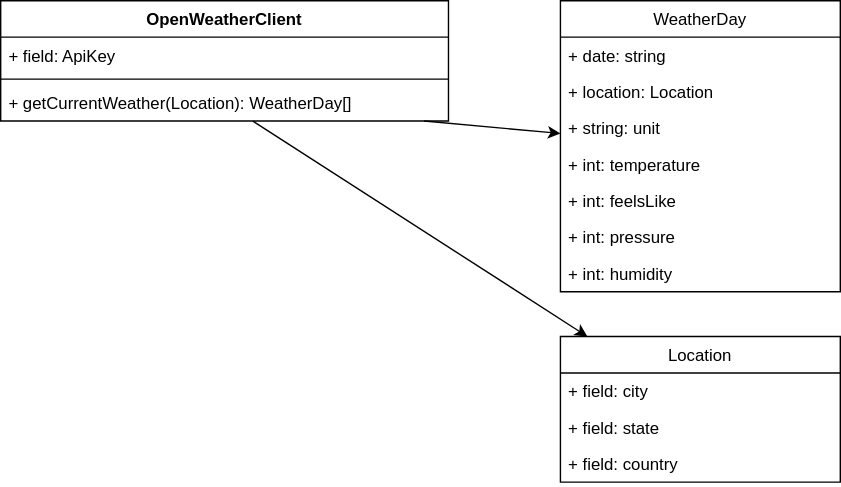
Above: assets/Package-Diagram.svg in annshress/my-package (draw.io), before the change. Source tidied: cells renumbered, new cells last; positions are measured from the earlier drawing's top-left corner, leaving out a move shared by most shapes. Its diagram source:
```xml
<mxGraphModel>
  <root>
    <mxCell id="0" />
    <mxCell id="1" parent="0" />
    <mxCell id="2" value="OpenWeatherClient" style="swimlane;fontStyle=1;align=center;verticalAlign=top;horizontal=1;startSize=26;" parent="1" vertex="1">
      <mxGeometry width="320" height="86" as="geometry" />
    </mxCell>
    <mxCell id="3" value="+ field: ApiKey" style="text;strokeColor=none;fillColor=none;align=left;verticalAlign=top;spacingLeft=4;spacingRight=4;overflow=hidden;" parent="2" vertex="1">
      <mxGeometry y="26" width="320" height="26" as="geometry" />
    </mxCell>
    <mxCell id="4" style="line;strokeWidth=1;fillColor=none;align=left;verticalAlign=middle;spacingTop=-1;spacingLeft=3;spacingRight=3;labelPosition=right;" parent="2" vertex="1">
      <mxGeometry y="52" width="320" height="8" as="geometry" />
    </mxCell>
    <mxCell id="5" value="+ getCurrentWeather(Location): WeatherDay[]" style="text;strokeColor=none;fillColor=none;align=left;verticalAlign=top;spacingLeft=4;spacingRight=4;overflow=hidden;points=[[0,0.5],[1,0.5]];portConstraint=eastwest;" parent="2" vertex="1">
      <mxGeometry y="60" width="320" height="26" as="geometry" />
    </mxCell>
    <mxCell id="6" value="WeatherDay" style="swimlane;fontStyle=0;horizontal=1;startSize=26;fillColor=none;" parent="1" vertex="1">
      <mxGeometry x="400" width="200" height="208" as="geometry" />
    </mxCell>
    <mxCell id="7" value="+ date: string" style="text;strokeColor=none;fillColor=none;align=left;verticalAlign=top;spacingLeft=4;spacingRight=4;overflow=hidden;" parent="6" vertex="1">
      <mxGeometry y="26" width="200" height="26" as="geometry" />
    </mxCell>
    <mxCell id="8" value="+ location: Location" style="text;strokeColor=none;fillColor=none;align=left;verticalAlign=top;spacingLeft=4;spacingRight=4;overflow=hidden;" parent="6" vertex="1">
      <mxGeometry y="52" width="200" height="26" as="geometry" />
    </mxCell>
    <mxCell id="9" value="+ string: unit" style="text;strokeColor=none;fillColor=none;align=left;verticalAlign=top;spacingLeft=4;spacingRight=4;overflow=hidden;" parent="6" vertex="1">
      <mxGeometry y="78" width="200" height="26" as="geometry" />
    </mxCell>
    <mxCell id="10" value="+ int: temperature" style="text;strokeColor=none;fillColor=none;align=left;verticalAlign=top;spacingLeft=4;spacingRight=4;overflow=hidden;" parent="6" vertex="1">
      <mxGeometry y="104" width="200" height="26" as="geometry" />
    </mxCell>
    <mxCell id="11" value="+ int: feelsLike" style="text;strokeColor=none;fillColor=none;align=left;verticalAlign=top;spacingLeft=4;spacingRight=4;overflow=hidden;" parent="6" vertex="1">
      <mxGeometry y="130" width="200" height="26" as="geometry" />
    </mxCell>
    <mxCell id="12" value="+ int: pressure&#10;" style="text;strokeColor=none;fillColor=none;align=left;verticalAlign=top;spacingLeft=4;spacingRight=4;overflow=hidden;" parent="6" vertex="1">
      <mxGeometry y="156" width="200" height="26" as="geometry" />
    </mxCell>
    <mxCell id="13" value="+ int: humidity&#10;" style="text;strokeColor=none;fillColor=none;align=left;verticalAlign=top;spacingLeft=4;spacingRight=4;overflow=hidden;" parent="6" vertex="1">
      <mxGeometry y="182" width="200" height="26" as="geometry" />
    </mxCell>
    <mxCell id="14" value="Location" style="swimlane;fontStyle=0;horizontal=1;startSize=26;fillColor=none;" parent="1" vertex="1">
      <mxGeometry x="400" y="240" width="200" height="104" as="geometry" />
    </mxCell>
    <mxCell id="15" value="+ field: city" style="text;strokeColor=none;fillColor=none;align=left;verticalAlign=top;spacingLeft=4;spacingRight=4;overflow=hidden;" parent="14" vertex="1">
      <mxGeometry y="26" width="200" height="26" as="geometry" />
    </mxCell>
    <mxCell id="16" value="+ field: state" style="text;strokeColor=none;fillColor=none;align=left;verticalAlign=top;spacingLeft=4;spacingRight=4;overflow=hidden;" parent="14" vertex="1">
      <mxGeometry y="52" width="200" height="26" as="geometry" />
    </mxCell>
    <mxCell id="17" value="+ field: country&#10;" style="text;strokeColor=none;fillColor=none;align=left;verticalAlign=top;spacingLeft=4;spacingRight=4;overflow=hidden;" parent="14" vertex="1">
      <mxGeometry y="78" width="200" height="26" as="geometry" />
    </mxCell>
    <mxCell id="18" style="edgeStyle=none;html=1;" parent="1" edge="1" source="5" target="6">
      <mxGeometry relative="1" as="geometry" />
    </mxCell>
    <mxCell id="19" style="edgeStyle=none;html=1;" parent="1" edge="1" source="5" target="14">
      <mxGeometry relative="1" as="geometry" />
    </mxCell>
  </root>
</mxGraphModel>
```
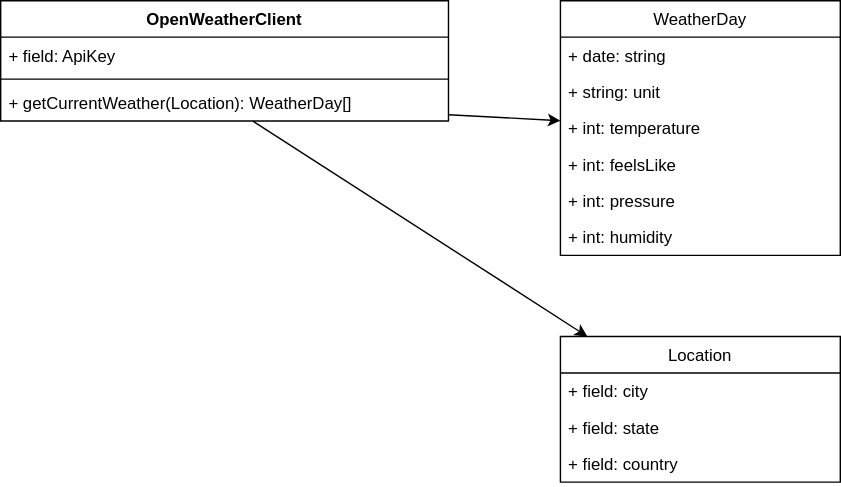
After the commit.

The edit, as a diff of the source:
```diff
@@ -15,28 +15,25 @@
       <mxGeometry y="60" width="320" height="26" as="geometry" />
     </mxCell>
     <mxCell id="6" value="WeatherDay" style="swimlane;fontStyle=0;horizontal=1;startSize=26;fillColor=none;" parent="1" vertex="1">
-      <mxGeometry x="400" width="200" height="208" as="geometry" />
+      <mxGeometry x="400" width="200" height="182" as="geometry" />
     </mxCell>
     <mxCell id="7" value="+ date: string" style="text;strokeColor=none;fillColor=none;align=left;verticalAlign=top;spacingLeft=4;spacingRight=4;overflow=hidden;" parent="6" vertex="1">
       <mxGeometry y="26" width="200" height="26" as="geometry" />
     </mxCell>
-    <mxCell id="8" value="+ location: Location" style="text;strokeColor=none;fillColor=none;align=left;verticalAlign=top;spacingLeft=4;spacingRight=4;overflow=hidden;" parent="6" vertex="1">
-      <mxGeometry y="52" width="200" height="26" as="geometry" />
-    </mxCell>
     <mxCell id="9" value="+ string: unit" style="text;strokeColor=none;fillColor=none;align=left;verticalAlign=top;spacingLeft=4;spacingRight=4;overflow=hidden;" parent="6" vertex="1">
-      <mxGeometry y="78" width="200" height="26" as="geometry" />
+      <mxGeometry y="52" width="200" height="26" as="geometry" />
     </mxCell>
     <mxCell id="10" value="+ int: temperature" style="text;strokeColor=none;fillColor=none;align=left;verticalAlign=top;spacingLeft=4;spacingRight=4;overflow=hidden;" parent="6" vertex="1">
-      <mxGeometry y="104" width="200" height="26" as="geometry" />
+      <mxGeometry y="78" width="200" height="26" as="geometry" />
     </mxCell>
     <mxCell id="11" value="+ int: feelsLike" style="text;strokeColor=none;fillColor=none;align=left;verticalAlign=top;spacingLeft=4;spacingRight=4;overflow=hidden;" parent="6" vertex="1">
-      <mxGeometry y="130" width="200" height="26" as="geometry" />
+      <mxGeometry y="104" width="200" height="26" as="geometry" />
     </mxCell>
     <mxCell id="12" value="+ int: pressure&#10;" style="text;strokeColor=none;fillColor=none;align=left;verticalAlign=top;spacingLeft=4;spacingRight=4;overflow=hidden;" parent="6" vertex="1">
-      <mxGeometry y="156" width="200" height="26" as="geometry" />
+      <mxGeometry y="130" width="200" height="26" as="geometry" />
     </mxCell>
     <mxCell id="13" value="+ int: humidity&#10;" style="text;strokeColor=none;fillColor=none;align=left;verticalAlign=top;spacingLeft=4;spacingRight=4;overflow=hidden;" parent="6" vertex="1">
-      <mxGeometry y="182" width="200" height="26" as="geometry" />
+      <mxGeometry y="156" width="200" height="26" as="geometry" />
     </mxCell>
     <mxCell id="14" value="Location" style="swimlane;fontStyle=0;horizontal=1;startSize=26;fillColor=none;" parent="1" vertex="1">
       <mxGeometry x="400" y="240" width="200" height="104" as="geometry" />
```
